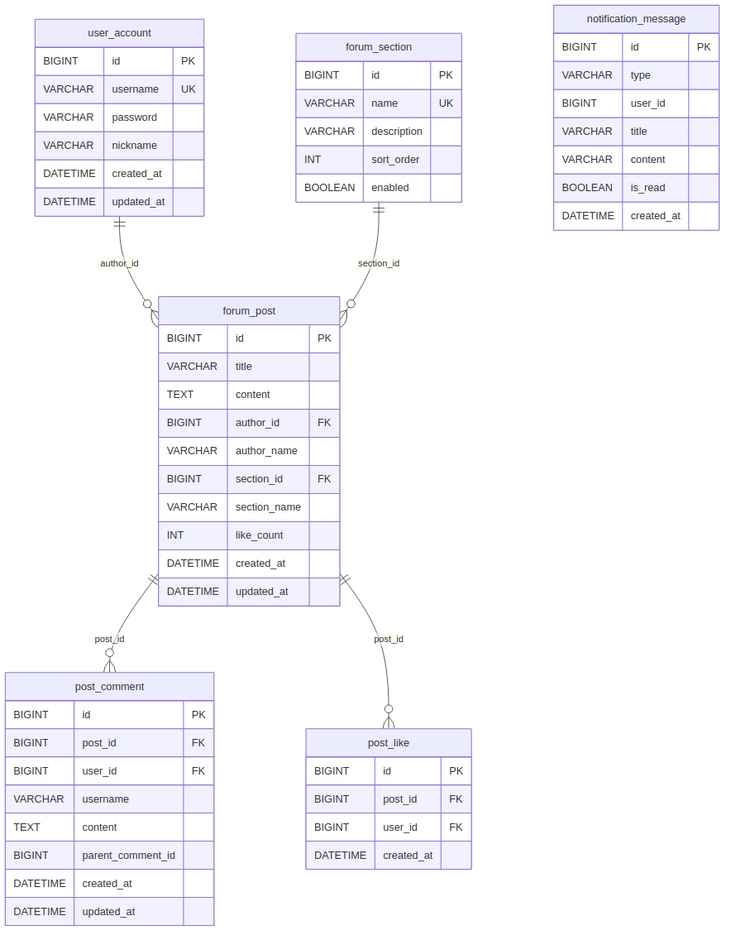
This is docs/diagrams/fig4-4-er-diagram.png from Wkjlovec/graduation_project_zhuang, a Mermaid export, as it was before one commit. Its source is kept beside it as docs/diagrams/fig4-4-er-diagram.mmd.
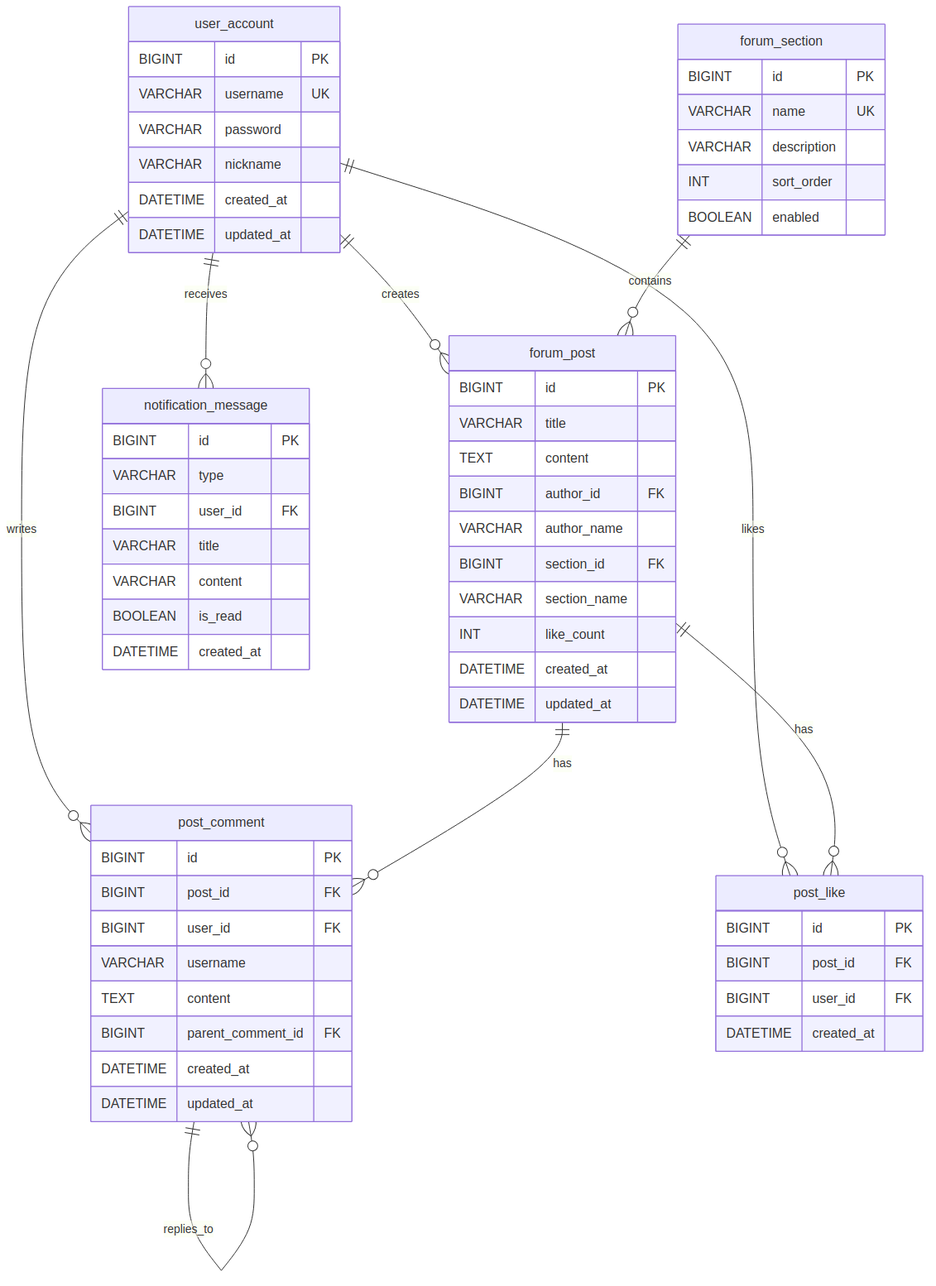
Later version of the same file.

Commit message:
docs: 重新绘制4.4 ER图（Crow's foot记法，补全8条关系）

修正内容：
- 旧图仅画了4条关系（user->post, section->post, post->comment, post->like）
- 新图补全8条关系：
  - user_account -> forum_post (creates)
  - user_account -> post_comment (writes)
  - user_account -> post_like (likes)
  - user_account -> notification_message (receives)
  - forum_section -> forum_post (contains)
  - forum_post -> post_comment (has)
  - forum_post -> post_like (has)
  - post_comment -> post_comment (replies_to, 自关联)
- 采用Crow's foot记法（Wikipedia认可的ER图变体）
- 更新docx中4.3节ER图描述文本

What changed in the source:
```diff
@@ -1,13 +1,12 @@
----
-config:
-  er:
-    layoutDirection: TB
----
 erDiagram
-    user_account ||--o{ forum_post : "author_id"
-    forum_section ||--o{ forum_post : "section_id"
-    forum_post ||--o{ post_comment : "post_id"
-    forum_post ||--o{ post_like : "post_id"
+    user_account ||--o{ forum_post : "creates"
+    user_account ||--o{ post_comment : "writes"
+    user_account ||--o{ post_like : "likes"
+    user_account ||--o{ notification_message : "receives"
+    forum_section ||--o{ forum_post : "contains"
+    forum_post ||--o{ post_comment : "has"
+    forum_post ||--o{ post_like : "has"
+    post_comment ||--o{ post_comment : "replies_to"
 
     user_account {
         BIGINT id PK
@@ -45,7 +44,7 @@
         BIGINT user_id FK
         VARCHAR username
         TEXT content
-        BIGINT parent_comment_id
+        BIGINT parent_comment_id FK
         DATETIME created_at
         DATETIME updated_at
     }
@@ -60,7 +59,7 @@
     notification_message {
         BIGINT id PK
         VARCHAR type
-        BIGINT user_id
+        BIGINT user_id FK
         VARCHAR title
         VARCHAR content
         BOOLEAN is_read
```
